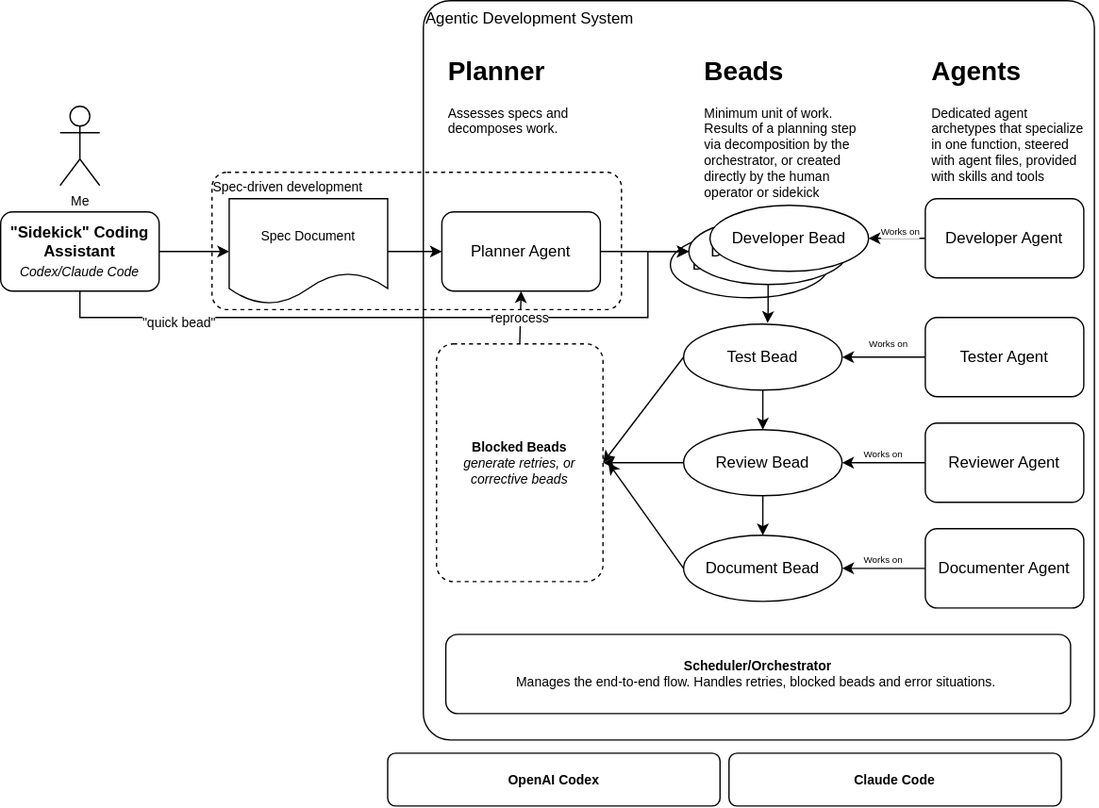
oscarrenalias/oscarrenalias.github.io keeps this draw.io diagram as static/diagrams/Opinionated Agentic Development.svg. Above is the earlier version. Source tidied: cells renumbered, new cells last; positions are measured from the earlier drawing's top-left corner, leaving out a move shared by most shapes.
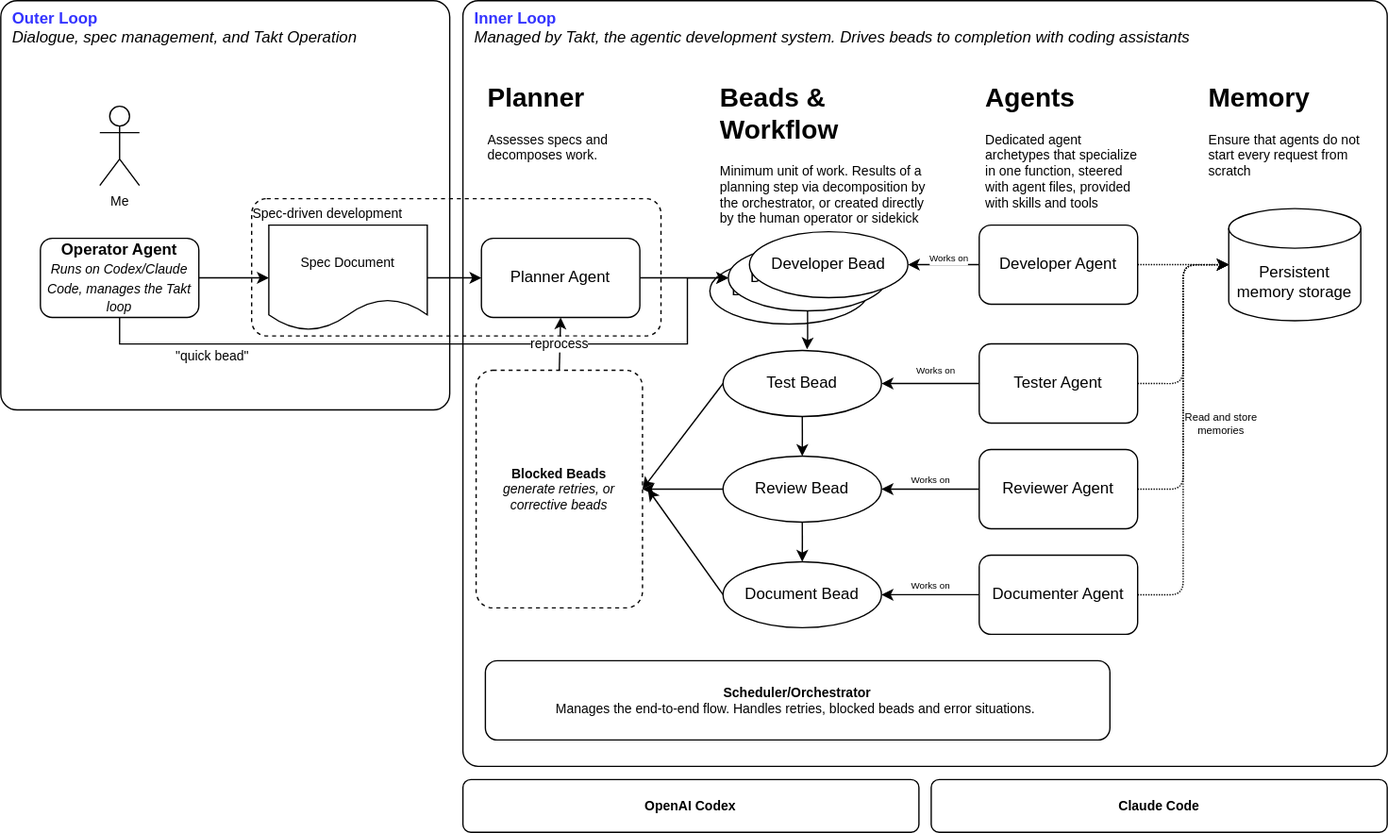
The same file after the commit.

Commit message:
Added part of 2 the article about agentic development systems to announce takt

Change to the diagram source:
```diff
@@ -2,8 +2,11 @@
   <root>
     <mxCell id="0" />
     <mxCell id="1" parent="0" />
+    <mxCell id="46" value="Outer Loop&amp;nbsp;&lt;br&gt;&lt;span style=&quot;font-weight: normal&quot;&gt;&lt;i&gt;&lt;font color=&quot;#000000&quot;&gt;Dialogue, spec management, and Takt Operation&lt;/font&gt;&lt;/i&gt;&lt;/span&gt;" style="rounded=1;whiteSpace=wrap;html=1;arcSize=4;align=left;verticalAlign=top;spacingLeft=7;fontStyle=1;fontColor=#3333FF;" parent="1" vertex="1">
+      <mxGeometry x="-30" y="-20" width="340" height="310" as="geometry" />
+    </mxCell>
-    <mxCell id="2" value="Agentic Development System" style="rounded=1;whiteSpace=wrap;html=1;arcSize=4;align=left;verticalAlign=top;" parent="1" vertex="1">
-      <mxGeometry x="320" width="508" height="560" as="geometry" />
+    <mxCell id="2" value="Inner Loop&lt;br&gt;&lt;i style=&quot;font-weight: normal&quot;&gt;&lt;font color=&quot;#000000&quot;&gt;Managed by Takt, the agentic development system. Drives beads to completion with coding assistants&lt;/font&gt;&lt;/i&gt;" style="rounded=1;whiteSpace=wrap;html=1;arcSize=2;align=left;verticalAlign=top;spacingLeft=7;fontStyle=1;fontColor=#3333FF;glass=0;shadow=0;sketch=0;perimeterSpacing=0;gradientColor=none;" parent="1" vertex="1">
+      <mxGeometry x="320" y="-20" width="700" height="580" as="geometry" />
     </mxCell>
     <mxCell id="3" value="Spec-driven development" style="rounded=1;whiteSpace=wrap;html=1;fontSize=10;labelBackgroundColor=none;fillColor=none;dashed=1;align=left;verticalAlign=top;arcSize=11;spacing=0;spacingTop=1;spacingLeft=1;" parent="1" vertex="1">
       <mxGeometry x="160" y="130" width="310" height="104" as="geometry" />
@@ -16,8 +19,11 @@
         <mxPoint x="-4" y="-7" as="offset" />
       </mxGeometry>
     </mxCell>
+    <mxCell id="47" style="edgeStyle=orthogonalEdgeStyle;jettySize=auto;html=1;fontColor=#000000;rounded=1;strokeColor=default;dashed=1;dashPattern=1 1;" parent="1" edge="1" source="6" target="52">
+      <mxGeometry relative="1" as="geometry" />
+    </mxCell>
     <mxCell id="6" value="Developer Agent" style="rounded=1;whiteSpace=wrap;html=1;" parent="1" vertex="1">
-      <mxGeometry x="700" y="150" width="120" height="60" as="geometry" />
+      <mxGeometry x="711" y="150" width="120" height="60" as="geometry" />
     </mxCell>
     <mxCell id="7" style="edgeStyle=orthogonalEdgeStyle;rounded=0;jettySize=auto;html=1;" parent="1" edge="1" source="9" target="21">
       <mxGeometry relative="1" as="geometry" />
@@ -27,8 +33,11 @@
         <mxPoint y="-11" as="offset" />
       </mxGeometry>
     </mxCell>
+    <mxCell id="48" style="edgeStyle=orthogonalEdgeStyle;jettySize=auto;html=1;exitX=1;exitY=0.5;exitDx=0;exitDy=0;entryX=0;entryY=0.5;entryDx=0;entryDy=0;entryPerimeter=0;fontColor=#000000;rounded=1;strokeColor=default;dashed=1;dashPattern=1 1;" parent="1" edge="1" source="9" target="52">
+      <mxGeometry relative="1" as="geometry" />
+    </mxCell>
     <mxCell id="9" value="Tester Agent" style="rounded=1;whiteSpace=wrap;html=1;" parent="1" vertex="1">
-      <mxGeometry x="700" y="240" width="120" height="60" as="geometry" />
+      <mxGeometry x="711" y="240" width="120" height="60" as="geometry" />
     </mxCell>
     <mxCell id="10" style="edgeStyle=orthogonalEdgeStyle;rounded=0;jettySize=auto;html=1;" parent="1" edge="1" source="12" target="23">
       <mxGeometry relative="1" as="geometry" />
@@ -38,8 +47,11 @@
         <mxPoint y="-9" as="offset" />
       </mxGeometry>
     </mxCell>
+    <mxCell id="49" style="edgeStyle=orthogonalEdgeStyle;jettySize=auto;html=1;entryX=0;entryY=0.5;entryDx=0;entryDy=0;entryPerimeter=0;fontColor=#000000;rounded=1;strokeColor=default;dashed=1;dashPattern=1 1;" parent="1" edge="1" source="12" target="52">
+      <mxGeometry relative="1" as="geometry" />
+    </mxCell>
     <mxCell id="12" value="Reviewer Agent" style="rounded=1;whiteSpace=wrap;html=1;" parent="1" vertex="1">
-      <mxGeometry x="700" y="320" width="120" height="60" as="geometry" />
+      <mxGeometry x="711" y="320" width="120" height="60" as="geometry" />
     </mxCell>
     <mxCell id="13" style="edgeStyle=orthogonalEdgeStyle;rounded=0;jettySize=auto;html=1;" parent="1" edge="1" source="15" target="24">
       <mxGeometry relative="1" as="geometry" />
@@ -49,8 +61,16 @@
         <mxPoint y="-7" as="offset" />
       </mxGeometry>
     </mxCell>
+    <mxCell id="50" style="edgeStyle=orthogonalEdgeStyle;jettySize=auto;html=1;entryX=0;entryY=0.5;entryDx=0;entryDy=0;entryPerimeter=0;fontColor=#000000;rounded=1;strokeColor=default;dashed=1;dashPattern=1 1;" parent="1" edge="1" source="15" target="52">
+      <mxGeometry relative="1" as="geometry" />
+    </mxCell>
+    <mxCell id="51" value="Read and store &lt;br style=&quot;font-size: 8px;&quot;&gt;memories" style="edgeLabel;html=1;align=center;verticalAlign=middle;fontColor=#000000;fontSize=8;labelBackgroundColor=none;" parent="50" vertex="1">
+      <mxGeometry x="-0.06" y="1" relative="1" as="geometry">
+        <mxPoint x="29" y="-14" as="offset" />
+      </mxGeometry>
+    </mxCell>
     <mxCell id="15" value="Documenter Agent" style="rounded=1;whiteSpace=wrap;html=1;" parent="1" vertex="1">
-      <mxGeometry x="700" y="400" width="120" height="60" as="geometry" />
+      <mxGeometry x="711" y="400" width="120" height="60" as="geometry" />
     </mxCell>
     <mxCell id="16" value="Developer Bead" style="ellipse;whiteSpace=wrap;html=1;" parent="1" vertex="1">
       <mxGeometry x="507" y="175" width="120" height="50" as="geometry" />
@@ -88,7 +108,7 @@
     <mxCell id="27" style="edgeStyle=orthogonalEdgeStyle;rounded=0;jettySize=auto;html=1;fontSize=10;" parent="1" edge="1" source="28" target="30">
       <mxGeometry relative="1" as="geometry" />
     </mxCell>
-    <mxCell id="28" value="&lt;b&gt;&quot;Sidekick&quot; Coding Assistant&lt;/b&gt;&lt;br&gt;&lt;i&gt;&lt;font style=&quot;font-size: 10px&quot;&gt;Codex/Claude Code&lt;/font&gt;&lt;/i&gt;" style="rounded=1;whiteSpace=wrap;html=1;" parent="1" vertex="1">
+    <mxCell id="28" value="&lt;font&gt;&lt;b&gt;Operator Agent&lt;br&gt;&lt;/b&gt;&lt;/font&gt;&lt;font style=&quot;font-style: italic ; font-size: 10px&quot;&gt;Runs on Codex/Claude Code, manages the Takt loop&lt;/font&gt;" style="rounded=1;whiteSpace=wrap;html=1;" parent="1" vertex="1">
       <mxGeometry y="160" width="120" height="60" as="geometry" />
     </mxCell>
     <mxCell id="29" style="edgeStyle=orthogonalEdgeStyle;rounded=0;jettySize=auto;html=1;fontSize=10;" parent="1" edge="1" source="30" target="26">
@@ -107,7 +127,9 @@
       </mxGeometry>
     </mxCell>
     <mxCell id="32" value="&quot;quick bead&quot;" style="edgeLabel;html=1;align=center;verticalAlign=middle;fontSize=10;" parent="31" vertex="1">
-      <mxGeometry x="-0.65" y="-3" relative="1" as="geometry" />
+      <mxGeometry x="-0.65" y="-3" relative="1" as="geometry">
+        <mxPoint x="-4" y="5" as="offset" />
+      </mxGeometry>
     </mxCell>
     <mxCell id="33" value="&lt;b&gt;Blocked Beads&lt;br&gt;&lt;/b&gt;&lt;i&gt;generate retries, or corrective beads&lt;/i&gt;" style="rounded=1;whiteSpace=wrap;html=1;dashed=1;labelBackgroundColor=none;fontSize=10;fillColor=none;arcSize=10;align=center;verticalAlign=middle;" parent="1" vertex="1">
       <mxGeometry x="330" y="260" width="126" height="180" as="geometry" />
@@ -124,13 +146,13 @@
       </mxGeometry>
     </mxCell>
     <mxCell id="37" value="Me" style="shape=umlActor;verticalLabelPosition=bottom;verticalAlign=top;html=1;labelBackgroundColor=none;fontSize=10;fillColor=none;" parent="1" vertex="1">
-      <mxGeometry x="45" y="80" width="30" height="60" as="geometry" />
+      <mxGeometry x="45" y="60" width="30" height="60" as="geometry" />
     </mxCell>
     <mxCell id="38" value="&lt;h1&gt;Agents&lt;/h1&gt;&lt;p&gt;Dedicated agent archetypes that specialize in one function, steered with agent files, provided with skills and tools&lt;/p&gt;" style="text;html=1;strokeColor=none;fillColor=none;spacing=5;spacingTop=-20;whiteSpace=wrap;overflow=hidden;rounded=0;labelBackgroundColor=none;fontSize=10;verticalAlign=top;" parent="1" vertex="1">
-      <mxGeometry x="700" y="39" width="130" height="120" as="geometry" />
+      <mxGeometry x="711" y="39" width="130" height="120" as="geometry" />
     </mxCell>
-    <mxCell id="39" value="&lt;h1&gt;Beads&lt;/h1&gt;&lt;p&gt;Minimum unit of work. Results of a planning step via decomposition by the orchestrator, or created directly by the human operator or sidekick&lt;/p&gt;" style="text;html=1;strokeColor=none;fillColor=none;spacing=5;spacingTop=-20;whiteSpace=wrap;overflow=hidden;rounded=0;labelBackgroundColor=none;fontSize=10;verticalAlign=top;" parent="1" vertex="1">
-      <mxGeometry x="528" y="39" width="130" height="120" as="geometry" />
+    <mxCell id="39" value="&lt;h1&gt;Beads &amp;amp; Workflow&lt;/h1&gt;&lt;p&gt;Minimum unit of work. Results of a planning step via decomposition by the orchestrator, or created directly by the human operator or sidekick&lt;/p&gt;" style="text;html=1;strokeColor=none;fillColor=none;spacing=5;spacingTop=-20;whiteSpace=wrap;overflow=hidden;rounded=0;labelBackgroundColor=none;fontSize=10;verticalAlign=top;" parent="1" vertex="1">
+      <mxGeometry x="510" y="39" width="170" height="120" as="geometry" />
     </mxCell>
     <mxCell id="40" value="&lt;h1&gt;Planner&lt;/h1&gt;&lt;p&gt;Assesses specs and decomposes work.&lt;/p&gt;" style="text;html=1;strokeColor=none;fillColor=none;spacing=5;spacingTop=-20;whiteSpace=wrap;overflow=hidden;rounded=0;labelBackgroundColor=none;fontSize=10;verticalAlign=top;" parent="1" vertex="1">
       <mxGeometry x="334" y="39" width="130" height="120" as="geometry" />
@@ -141,14 +163,20 @@
     <mxCell id="42" value="reprocess" style="endArrow=classic;html=1;rounded=0;fontSize=10;exitX=0.5;exitY=0;exitDx=0;exitDy=0;entryX=0.5;entryY=1;entryDx=0;entryDy=0;" parent="1" edge="1" source="33" target="26">
       <mxGeometry relative="1" as="geometry" />
     </mxCell>
-    <mxCell id="43" style="group;" parent="1" vertex="1">
-      <mxGeometry x="293" y="570" width="510" height="40" as="geometry" />
+    <mxCell id="43" style="group;fillColor=default;" parent="1" vertex="1">
+      <mxGeometry x="320" y="570" width="700" height="40" as="geometry" />
     </mxCell>
     <mxCell id="44" value="&lt;b&gt;OpenAI Codex&lt;/b&gt;" style="rounded=1;whiteSpace=wrap;html=1;labelBackgroundColor=none;fontSize=10;fillColor=none;" parent="43" vertex="1">
-      <mxGeometry width="251.6" height="40" as="geometry" />
+      <mxGeometry width="345.4" height="40" as="geometry" />
     </mxCell>
     <mxCell id="45" value="&lt;b&gt;Claude Code&lt;/b&gt;" style="rounded=1;whiteSpace=wrap;html=1;labelBackgroundColor=none;fontSize=10;fillColor=none;" parent="43" vertex="1">
-      <mxGeometry x="258.4" width="251.6" height="40" as="geometry" />
+      <mxGeometry x="354.6" width="345.4" height="40" as="geometry" />
     </mxCell>
+    <mxCell id="52" value="Persistent memory storage" style="shape=cylinder3;whiteSpace=wrap;html=1;boundedLbl=1;backgroundOutline=1;size=15;fontColor=#000000;" parent="1" vertex="1">
+      <mxGeometry x="900" y="137.5" width="100" height="85" as="geometry" />
+    </mxCell>
+    <mxCell id="53" value="&lt;h1&gt;Memory&lt;/h1&gt;&lt;p&gt;Ensure that agents do not start every request from scratch&lt;/p&gt;" style="text;html=1;strokeColor=none;fillColor=none;spacing=5;spacingTop=-20;whiteSpace=wrap;overflow=hidden;rounded=0;labelBackgroundColor=none;fontSize=10;verticalAlign=top;" parent="1" vertex="1">
+      <mxGeometry x="880" y="39" width="130" height="120" as="geometry" />
+    </mxCell>
   </root>
 </mxGraphModel>
```
